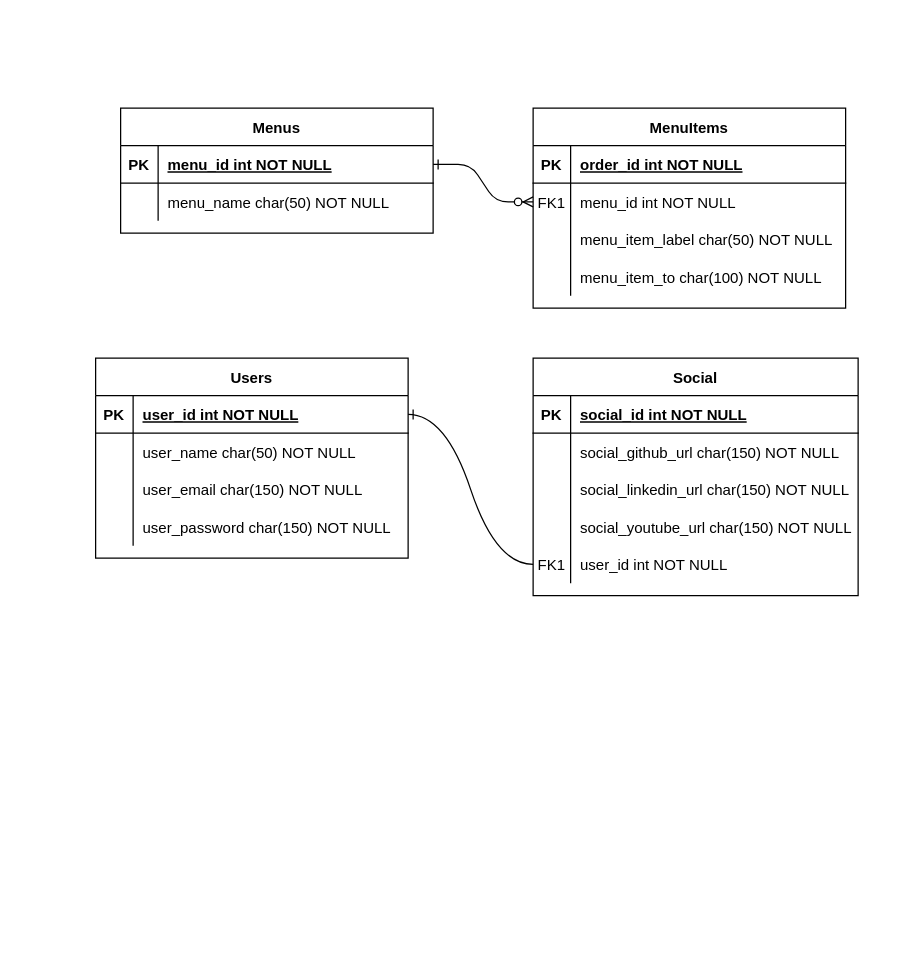
mckatoo/clean-arch-fullcycle keeps this draw.io diagram as ikatoo.drawio. Above is the earlier version. Source tidied: cells renumbered, new cells numbered last; positions are measured from the earlier drawing's top-left corner, leaving out a move shared by most shapes. Both pictures are drawn from the tidied source at 125%, with x=0, y=0 at pixel (95, 108).
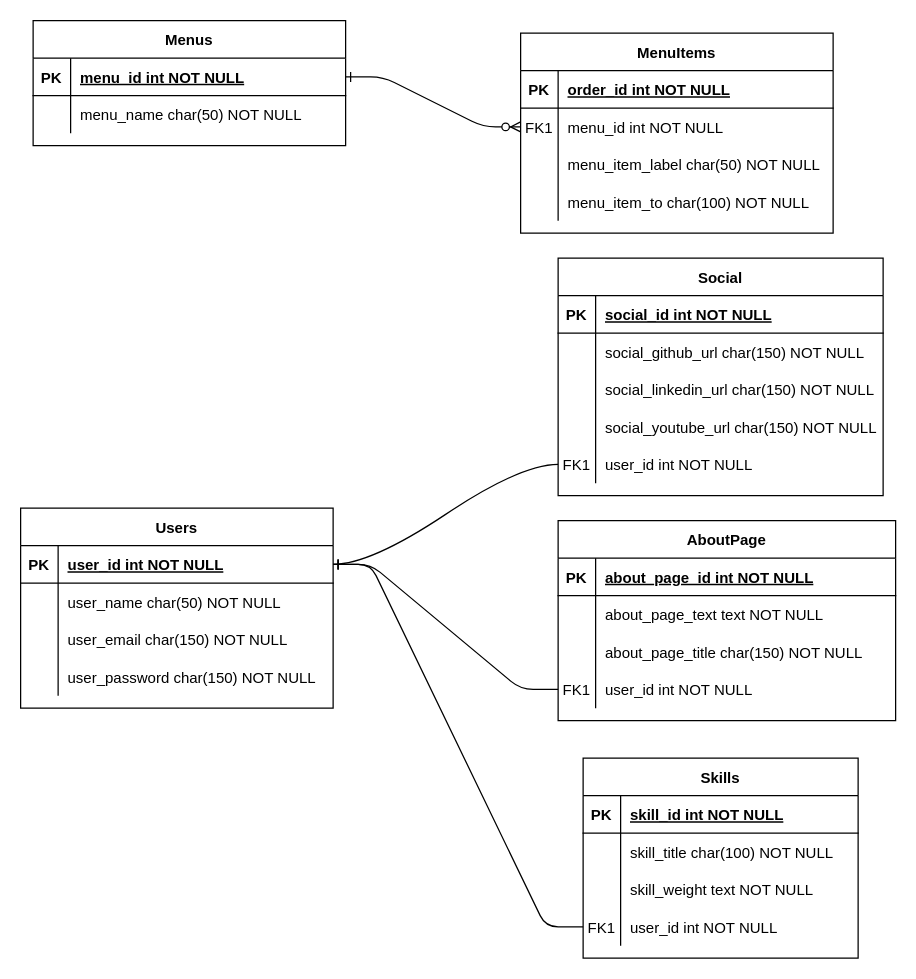
Above is the later version.

Commit message:
Add Skills entity

Unchanged cells that the change refers to:
```xml
<mxCell id="40" style="shape=partialRectangle;fillColor=none;points=[[0,0.5],[1,0.5]];portConstraint=eastwest;top=0;left=0;right=0;bottom=1;" parent="39" vertex="1">
  <mxGeometry y="30" width="250" height="30" as="geometry" />
</mxCell>
```

Change to the diagram source:
```diff
@@
     <mxCell id="3" value="MenuItems" style="shape=table;startSize=30;childLayout=tableLayout;rowLines=0;fontStyle=1;align=center;" parent="1" vertex="1">
-      <mxGeometry x="350" width="250" height="160" as="geometry" />
+      <mxGeometry x="340" y="-60" width="250" height="160" as="geometry" />
     </mxCell>
@@
     <mxCell id="16" value="Menus" style="shape=table;startSize=30;childLayout=tableLayout;rowLines=0;fontStyle=1;align=center;" parent="1" vertex="1">
-      <mxGeometry x="20" width="250" height="100" as="geometry" />
+      <mxGeometry x="-50" y="-70" width="250" height="100" as="geometry" />
     </mxCell>
@@
     <mxCell id="23" value="Social" style="shape=table;startSize=30;childLayout=tableLayout;rowLines=0;fontStyle=1;align=center;" parent="1" vertex="1">
-      <mxGeometry x="350" y="200" width="260" height="190" as="geometry" />
+      <mxGeometry x="370" y="120" width="260" height="190" as="geometry" />
     </mxCell>
@@
     <mxCell id="39" value="Users" style="shape=table;startSize=30;childLayout=tableLayout;rowLines=0;fontStyle=1;align=center;" parent="1" vertex="1">
-      <mxGeometry y="200" width="250" height="160" as="geometry" />
+      <mxGeometry x="-60" y="320" width="250" height="160" as="geometry" />
     </mxCell>
@@
+    <mxCell id="53" value="AboutPage" style="shape=table;startSize=30;childLayout=tableLayout;rowLines=0;fontStyle=1;align=center;" parent="1" vertex="1">
+      <mxGeometry x="370" y="330" width="270" height="160" as="geometry" />
+    </mxCell>
+    <mxCell id="54" style="shape=partialRectangle;fillColor=none;top=0;left=0;right=0;bottom=1;" parent="53" vertex="1">
+      <mxGeometry y="30" width="270" height="30" as="geometry" />
+    </mxCell>
+    <mxCell id="55" value="PK" style="shape=partialRectangle;overflow=hidden;fillColor=none;top=0;left=0;bottom=0;right=0;fontStyle=1;" parent="54" vertex="1">
+      <mxGeometry width="30" height="30" as="geometry" />
+    </mxCell>
+    <mxCell id="56" value="about_page_id int NOT NULL " style="shape=partialRectangle;overflow=hidden;fillColor=none;top=0;left=0;bottom=0;right=0;align=left;spacingLeft=6;fontStyle=5;" parent="54" vertex="1">
+      <mxGeometry x="30" width="240" height="30" as="geometry" />
+    </mxCell>
+    <mxCell id="57" style="shape=partialRectangle;fillColor=none;top=0;left=0;right=0;bottom=0;" parent="53" vertex="1">
+      <mxGeometry y="60" width="270" height="30" as="geometry" />
+    </mxCell>
+    <mxCell id="58" style="shape=partialRectangle;overflow=hidden;fillColor=none;top=0;left=0;bottom=0;right=0;" parent="57" vertex="1">
+      <mxGeometry width="30" height="30" as="geometry" />
+    </mxCell>
+    <mxCell id="59" value="about_page_text text NOT NULL" style="shape=partialRectangle;overflow=hidden;fillColor=none;top=0;left=0;bottom=0;right=0;align=left;spacingLeft=6;" parent="57" vertex="1">
+      <mxGeometry x="30" width="240" height="30" as="geometry" />
+    </mxCell>
+    <mxCell id="60" style="shape=partialRectangle;fillColor=none;top=0;left=0;right=0;bottom=0;" parent="53" vertex="1">
+      <mxGeometry y="90" width="270" height="30" as="geometry" />
+    </mxCell>
+    <mxCell id="61" style="shape=partialRectangle;overflow=hidden;fillColor=none;top=0;left=0;bottom=0;right=0;" parent="60" vertex="1">
+      <mxGeometry width="30" height="30" as="geometry" />
+    </mxCell>
+    <mxCell id="62" value="about_page_title char(150) NOT NULL" style="shape=partialRectangle;overflow=hidden;fillColor=none;top=0;left=0;bottom=0;right=0;align=left;spacingLeft=6;" parent="60" vertex="1">
+      <mxGeometry x="30" width="240" height="30" as="geometry" />
+    </mxCell>
+    <mxCell id="63" style="shape=partialRectangle;fillColor=none;points=[[0,0.5],[1,0.5]];portConstraint=eastwest;top=0;left=0;right=0;bottom=0;" parent="53" vertex="1">
+      <mxGeometry y="120" width="270" height="30" as="geometry" />
+    </mxCell>
+    <mxCell id="64" value="FK1" style="shape=partialRectangle;overflow=hidden;fillColor=none;top=0;left=0;bottom=0;right=0;" parent="63" vertex="1">
+      <mxGeometry width="30" height="30" as="geometry" />
+    </mxCell>
+    <mxCell id="65" value="user_id int NOT NULL" style="shape=partialRectangle;overflow=hidden;fillColor=none;top=0;left=0;bottom=0;right=0;align=left;spacingLeft=6;" parent="63" vertex="1">
+      <mxGeometry x="30" width="240" height="30" as="geometry" />
+    </mxCell>
+    <mxCell id="66" style="edgeStyle=entityRelationEdgeStyle;jettySize=auto;html=1;strokeColor=default;endArrow=none;endFill=0;startArrow=ERone;startFill=0;" parent="1" edge="1" source="40" target="63">
+      <mxGeometry relative="1" as="geometry" />
+    </mxCell>
+    <mxCell id="67" value="Skills" style="shape=table;startSize=30;childLayout=tableLayout;rowLines=0;fontStyle=1;align=center;" parent="1" vertex="1">
+      <mxGeometry x="390" y="520" width="220" height="160" as="geometry" />
+    </mxCell>
+    <mxCell id="68" style="shape=tableRow;horizontal=0;startSize=0;swimlaneHead=0;swimlaneBody=0;fillColor=none;top=0;left=0;right=0;bottom=1;" parent="67" vertex="1">
+      <mxGeometry y="30" width="220" height="30" as="geometry" />
+    </mxCell>
+    <mxCell id="69" value="PK" style="shape=partialRectangle;fillColor=none;top=0;left=0;bottom=0;right=0;fontStyle=1;overflow=hidden;" parent="68" vertex="1">
+      <mxGeometry width="30" height="30" as="geometry" />
+    </mxCell>
+    <mxCell id="70" value="skill_id int NOT NULL" style="shape=partialRectangle;fillColor=none;top=0;left=0;bottom=0;right=0;align=left;spacingLeft=6;fontStyle=5;overflow=hidden;" parent="68" vertex="1">
+      <mxGeometry x="30" width="190" height="30" as="geometry" />
+    </mxCell>
+    <mxCell id="71" style="shape=tableRow;horizontal=0;startSize=0;swimlaneHead=0;swimlaneBody=0;fillColor=none;top=0;left=0;right=0;bottom=0;" parent="67" vertex="1">
+      <mxGeometry y="60" width="220" height="30" as="geometry" />
+    </mxCell>
+    <mxCell id="72" style="shape=partialRectangle;fillColor=none;top=0;left=0;bottom=0;right=0;overflow=hidden;" parent="71" vertex="1">
+      <mxGeometry width="30" height="30" as="geometry" />
+    </mxCell>
+    <mxCell id="73" value="skill_title char(100) NOT NULL" style="shape=partialRectangle;fillColor=none;top=0;left=0;bottom=0;right=0;align=left;spacingLeft=6;overflow=hidden;" parent="71" vertex="1">
+      <mxGeometry x="30" width="190" height="30" as="geometry" />
+    </mxCell>
+    <mxCell id="74" style="shape=tableRow;horizontal=0;startSize=0;swimlaneHead=0;swimlaneBody=0;fillColor=none;top=0;left=0;right=0;bottom=0;" parent="67" vertex="1">
+      <mxGeometry y="90" width="220" height="30" as="geometry" />
+    </mxCell>
+    <mxCell id="75" style="shape=partialRectangle;fillColor=none;top=0;left=0;bottom=0;right=0;overflow=hidden;" parent="74" vertex="1">
+      <mxGeometry width="30" height="30" as="geometry" />
+    </mxCell>
+    <mxCell id="76" value="skill_weight text NOT NULL" style="shape=partialRectangle;fillColor=none;top=0;left=0;bottom=0;right=0;align=left;spacingLeft=6;overflow=hidden;" parent="74" vertex="1">
+      <mxGeometry x="30" width="190" height="30" as="geometry" />
+    </mxCell>
+    <mxCell id="77" style="shape=tableRow;horizontal=0;startSize=0;swimlaneHead=0;swimlaneBody=0;fillColor=none;points=[[0,0.5],[1,0.5]];portConstraint=eastwest;top=0;left=0;right=0;bottom=0;" parent="67" vertex="1">
+      <mxGeometry y="120" width="220" height="30" as="geometry" />
+    </mxCell>
+    <mxCell id="78" value="FK1" style="shape=partialRectangle;fillColor=none;top=0;left=0;bottom=0;right=0;overflow=hidden;" parent="77" vertex="1">
+      <mxGeometry width="30" height="30" as="geometry" />
+    </mxCell>
+    <mxCell id="79" value="user_id int NOT NULL" style="shape=partialRectangle;fillColor=none;top=0;left=0;bottom=0;right=0;align=left;spacingLeft=6;overflow=hidden;" parent="77" vertex="1">
+      <mxGeometry x="30" width="190" height="30" as="geometry" />
+    </mxCell>
+    <mxCell id="80" style="edgeStyle=entityRelationEdgeStyle;jettySize=auto;html=1;strokeColor=default;endArrow=none;endFill=0;startArrow=ERone;startFill=0;" parent="1" edge="1" source="40" target="77">
+      <mxGeometry relative="1" as="geometry" />
+    </mxCell>
```
